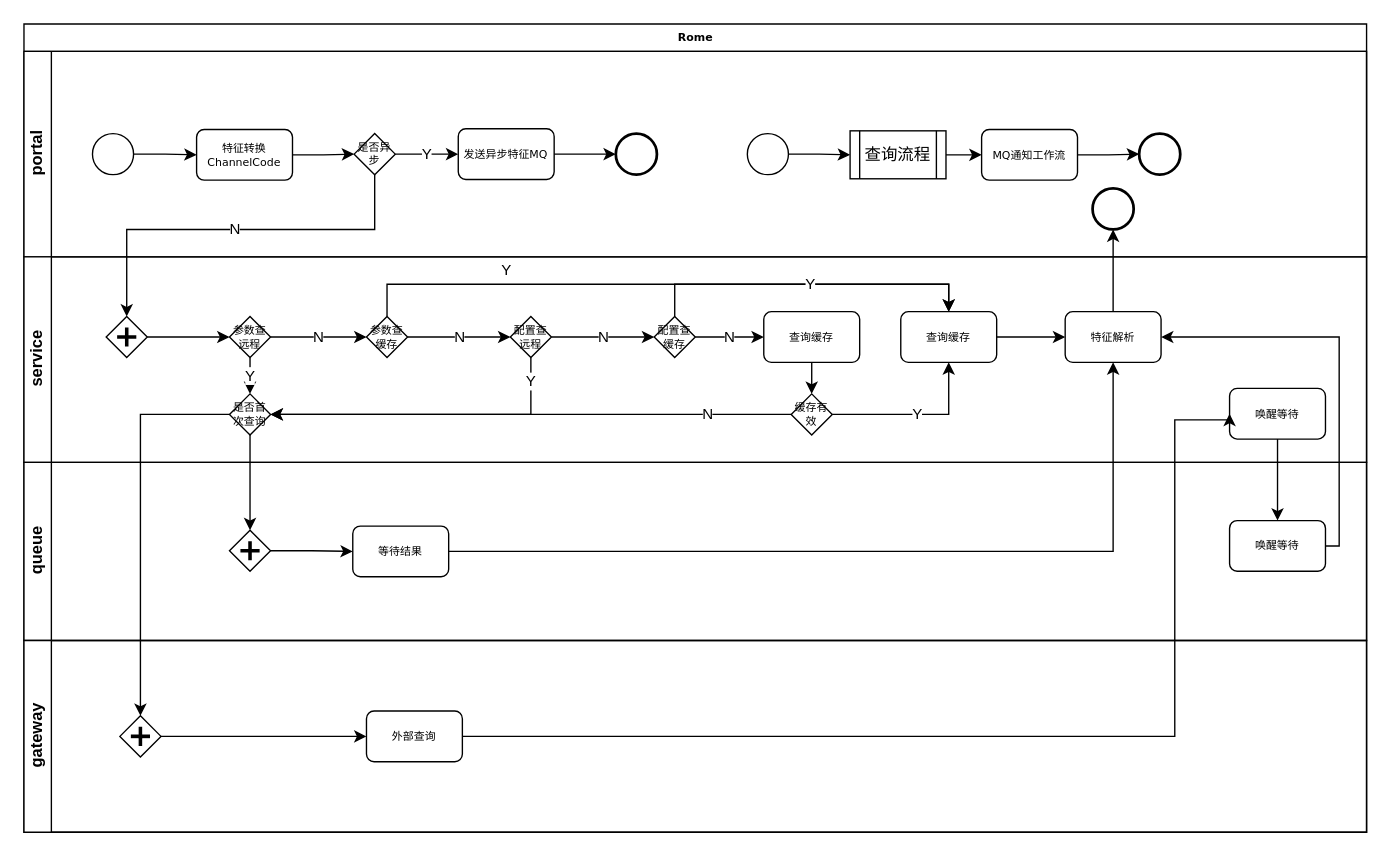
Before: xiaoju/Rome流程图.drawio in 294794668/draw, a draw.io diagram. Source tidied: cells renumbered, new cells numbered last; positions are measured from the earlier drawing's top-left corner, leaving out a move shared by most shapes. Both pictures are drawn from the tidied source at 137%, with x=0, y=0 at pixel (23, 23).
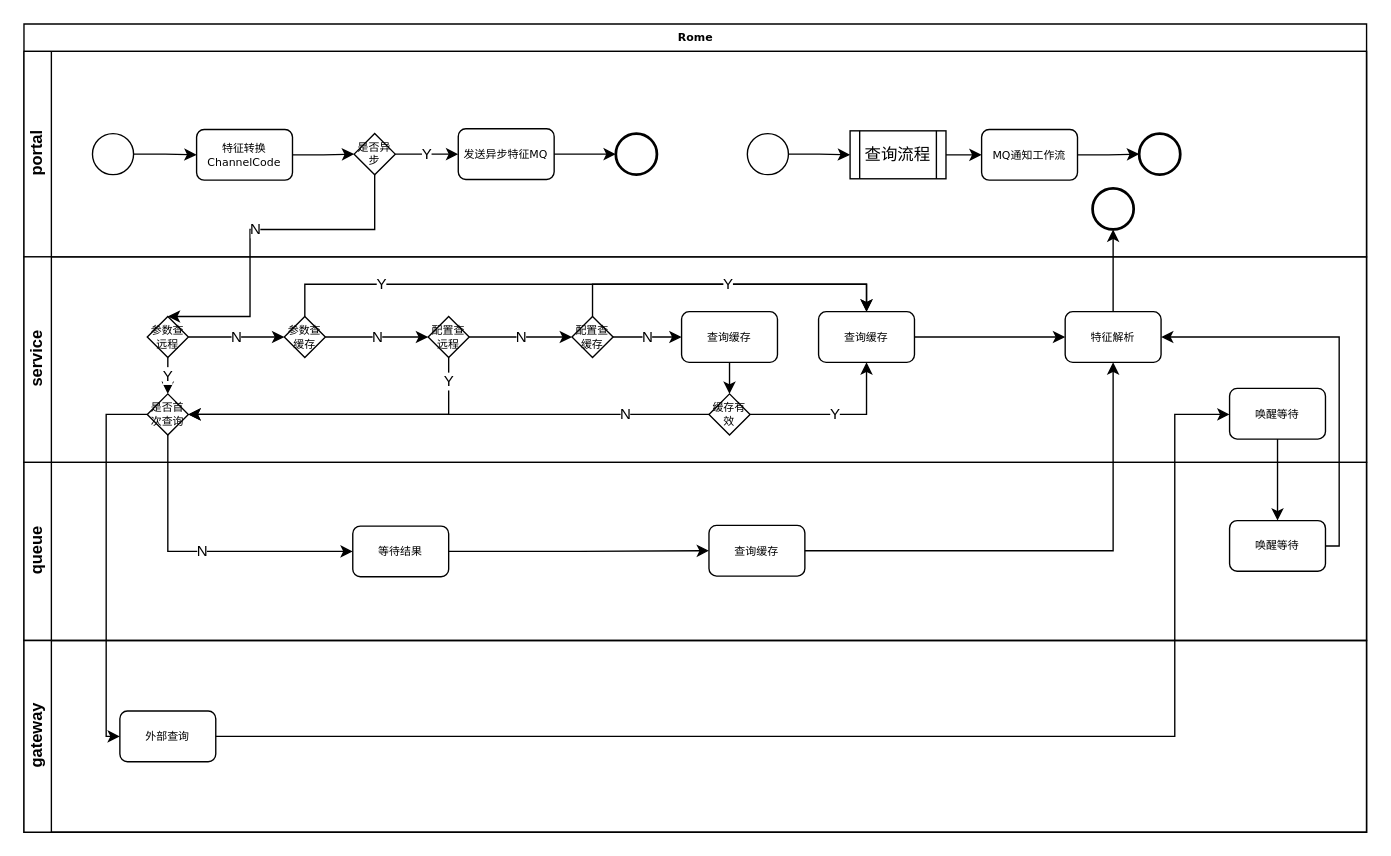
Above is the later version.

Commit message:
更新Rome流程图.drawio

The change refers to these unchanged cells:
```xml
<mxCell id="2" value="Rome" style="swimlane;html=1;horizontal=1;startSize=20;rounded=0;shadow=0;labelBackgroundColor=none;strokeWidth=1;fontFamily=Verdana;fontSize=8;align=center;" parent="1" vertex="1">
  <mxGeometry width="980" height="590" as="geometry" />
</mxCell>
<mxCell id="6" value="是否异步" style="strokeWidth=1;html=1;shape=mxgraph.flowchart.decision;whiteSpace=wrap;rounded=1;shadow=0;labelBackgroundColor=none;fontFamily=Verdana;fontSize=8;align=center;" parent="4" vertex="1">
  <mxGeometry x="241" y="60" width="30" height="30" as="geometry" />
</mxCell>
<mxCell id="22" value="service" style="swimlane;html=1;startSize=20;horizontal=0;" parent="2" vertex="1">
  <mxGeometry y="170" width="980" height="150" as="geometry" />
</mxCell>
<mxCell id="45" value="特征解析" style="rounded=1;whiteSpace=wrap;html=1;shadow=0;labelBackgroundColor=none;strokeWidth=1;fontFamily=Verdana;fontSize=8;align=center;" parent="22" vertex="1">
  <mxGeometry x="760" y="40" width="70" height="37" as="geometry" />
</mxCell>
<mxCell id="46" value="唤醒等待" style="rounded=1;whiteSpace=wrap;html=1;shadow=0;labelBackgroundColor=none;strokeWidth=1;fontFamily=Verdana;fontSize=8;align=center;" parent="22" vertex="1">
  <mxGeometry x="880" y="96" width="70" height="37" as="geometry" />
</mxCell>
<mxCell id="47" value="queue" style="swimlane;html=1;startSize=20;horizontal=0;" parent="2" vertex="1">
  <mxGeometry y="320" width="980" height="130" as="geometry" />
</mxCell>
<mxCell id="50" value="等待结果" style="rounded=1;whiteSpace=wrap;html=1;shadow=0;labelBackgroundColor=none;strokeWidth=1;fontFamily=Verdana;fontSize=8;align=center;" parent="47" vertex="1">
  <mxGeometry x="240" y="46.5" width="70" height="37" as="geometry" />
</mxCell>
<mxCell id="53" value="gateway" style="swimlane;html=1;startSize=20;horizontal=0;" parent="2" vertex="1">
  <mxGeometry y="450" width="980" height="140" as="geometry" />
</mxCell>
```

Diff of the diagram source:
```diff
@@
-    <mxCell id="23" style="edgeStyle=orthogonalEdgeStyle;rounded=0;jettySize=auto;html=1;entryX=0;entryY=0.5;entryDx=0;entryDy=0;entryPerimeter=0;" parent="22" edge="1" source="24" target="27">
-      <mxGeometry relative="1" as="geometry" />
-    </mxCell>
-    <mxCell id="24" style="shape=mxgraph.bpmn.shape;html=1;verticalLabelPosition=bottom;labelBackgroundColor=#ffffff;verticalAlign=top;perimeter=rhombusPerimeter;background=gateway;outline=none;symbol=parallelGw;rounded=1;shadow=0;strokeWidth=1;fontFamily=Verdana;fontSize=8;align=center;" parent="22" vertex="1">
-      <mxGeometry x="60" y="43.5" width="30" height="30" as="geometry" />
-    </mxCell>
@@
     <mxCell id="27" value="参数查远程" style="strokeWidth=1;html=1;shape=mxgraph.flowchart.decision;whiteSpace=wrap;rounded=1;shadow=0;labelBackgroundColor=none;fontFamily=Verdana;fontSize=8;align=center;" parent="22" vertex="1">
-      <mxGeometry x="150" y="43.5" width="30" height="30" as="geometry" />
+      <mxGeometry x="90" y="43.5" width="30" height="30" as="geometry" />
     </mxCell>
@@
     <mxCell id="29" value="Y" style="edgeStyle=orthogonalEdgeStyle;rounded=0;jettySize=auto;html=1;entryX=0.5;entryY=0;entryDx=0;entryDy=0;" parent="22" edge="1" source="30" target="44">
-      <mxGeometry x="-0.52" y="10" relative="1" as="geometry">
+      <mxGeometry x="-0.65" relative="1" as="geometry">
         <Array as="points">
-          <mxPoint x="265" y="20" />
-          <mxPoint x="675" y="20" />
+          <mxPoint x="205" y="20" />
+          <mxPoint x="615" y="20" />
         </Array>
-        <mxPoint x="1" as="offset" />
       </mxGeometry>
     </mxCell>
     <mxCell id="30" value="参数查缓存" style="strokeWidth=1;html=1;shape=mxgraph.flowchart.decision;whiteSpace=wrap;rounded=1;shadow=0;labelBackgroundColor=none;fontFamily=Verdana;fontSize=8;align=center;" parent="22" vertex="1">
-      <mxGeometry x="250" y="43.5" width="30" height="30" as="geometry" />
+      <mxGeometry x="190" y="43.5" width="30" height="30" as="geometry" />
     </mxCell>
@@
     <mxCell id="32" value="Y" style="edgeStyle=orthogonalEdgeStyle;rounded=0;jettySize=auto;html=1;entryX=1;entryY=0.5;entryDx=0;entryDy=0;entryPerimeter=0;" parent="22" edge="1" source="33" target="42">
       <mxGeometry x="-0.86" relative="1" as="geometry">
         <Array as="points">
-          <mxPoint x="370" y="115" />
+          <mxPoint x="310" y="115" />
         </Array>
         <mxPoint y="1" as="offset" />
       </mxGeometry>
     </mxCell>
     <mxCell id="33" value="配置查远程" style="strokeWidth=1;html=1;shape=mxgraph.flowchart.decision;whiteSpace=wrap;rounded=1;shadow=0;labelBackgroundColor=none;fontFamily=Verdana;fontSize=8;align=center;" parent="22" vertex="1">
-      <mxGeometry x="355" y="43.5" width="30" height="30" as="geometry" />
+      <mxGeometry x="295" y="43.5" width="30" height="30" as="geometry" />
     </mxCell>
@@
     <mxCell id="35" value="Y" style="edgeStyle=orthogonalEdgeStyle;rounded=0;jettySize=auto;html=1;entryX=0.5;entryY=0;entryDx=0;entryDy=0;" parent="22" edge="1" source="36" target="44">
       <mxGeometry relative="1" as="geometry">
         <Array as="points">
-          <mxPoint x="475" y="20" />
-          <mxPoint x="675" y="20" />
+          <mxPoint x="415" y="20" />
+          <mxPoint x="615" y="20" />
         </Array>
       </mxGeometry>
     </mxCell>
     <mxCell id="36" value="配置查缓存" style="strokeWidth=1;html=1;shape=mxgraph.flowchart.decision;whiteSpace=wrap;rounded=1;shadow=0;labelBackgroundColor=none;fontFamily=Verdana;fontSize=8;align=center;" parent="22" vertex="1">
-      <mxGeometry x="460" y="43.5" width="30" height="30" as="geometry" />
+      <mxGeometry x="400" y="43.5" width="30" height="30" as="geometry" />
     </mxCell>
@@
     <mxCell id="38" value="查询缓存" style="rounded=1;whiteSpace=wrap;html=1;shadow=0;labelBackgroundColor=none;strokeWidth=1;fontFamily=Verdana;fontSize=8;align=center;" parent="22" vertex="1">
-      <mxGeometry x="540" y="40" width="70" height="37" as="geometry" />
+      <mxGeometry x="480" y="40" width="70" height="37" as="geometry" />
     </mxCell>
@@
     <mxCell id="41" value="缓存有效" style="strokeWidth=1;html=1;shape=mxgraph.flowchart.decision;whiteSpace=wrap;rounded=1;shadow=0;labelBackgroundColor=none;fontFamily=Verdana;fontSize=8;align=center;" parent="22" vertex="1">
-      <mxGeometry x="560" y="100" width="30" height="30" as="geometry" />
+      <mxGeometry x="500" y="100" width="30" height="30" as="geometry" />
     </mxCell>
     <mxCell id="42" value="是否首次查询" style="strokeWidth=1;html=1;shape=mxgraph.flowchart.decision;whiteSpace=wrap;rounded=1;shadow=0;labelBackgroundColor=none;fontFamily=Verdana;fontSize=8;align=center;" parent="22" vertex="1">
-      <mxGeometry x="150" y="100" width="30" height="30" as="geometry" />
+      <mxGeometry x="90" y="100" width="30" height="30" as="geometry" />
     </mxCell>
@@
     <mxCell id="44" value="查询缓存" style="rounded=1;whiteSpace=wrap;html=1;shadow=0;labelBackgroundColor=none;strokeWidth=1;fontFamily=Verdana;fontSize=8;align=center;" parent="22" vertex="1">
-      <mxGeometry x="640" y="40" width="70" height="37" as="geometry" />
+      <mxGeometry x="580" y="40" width="70" height="37" as="geometry" />
     </mxCell>
@@
-    <mxCell id="48" style="edgeStyle=orthogonalEdgeStyle;rounded=0;jettySize=auto;html=1;entryX=0;entryY=0.5;entryDx=0;entryDy=0;" parent="47" edge="1" source="49" target="50">
-      <mxGeometry relative="1" as="geometry" />
-    </mxCell>
-    <mxCell id="49" style="shape=mxgraph.bpmn.shape;html=1;verticalLabelPosition=bottom;labelBackgroundColor=#ffffff;verticalAlign=top;perimeter=rhombusPerimeter;background=gateway;outline=none;symbol=parallelGw;rounded=1;shadow=0;strokeWidth=1;fontFamily=Verdana;fontSize=8;align=center;" parent="47" vertex="1">
-      <mxGeometry x="150" y="49.5" width="30" height="30" as="geometry" />
-    </mxCell>
+    <mxCell id="63" style="edgeStyle=orthogonalEdgeStyle;rounded=0;jettySize=auto;html=1;entryX=0;entryY=0.5;entryDx=0;entryDy=0;" parent="47" edge="1" source="50" target="64">
+      <mxGeometry relative="1" as="geometry" />
+    </mxCell>
@@
+    <mxCell id="64" value="查询缓存" style="rounded=1;whiteSpace=wrap;html=1;shadow=0;labelBackgroundColor=none;strokeWidth=1;fontFamily=Verdana;fontSize=8;align=center;" parent="47" vertex="1">
+      <mxGeometry x="500" y="46" width="70" height="37" as="geometry" />
+    </mxCell>
@@
     <mxCell id="54" value="外部查询" style="rounded=1;whiteSpace=wrap;html=1;shadow=0;labelBackgroundColor=none;strokeWidth=1;fontFamily=Verdana;fontSize=8;align=center;" parent="53" vertex="1">
-      <mxGeometry x="250" y="51.5" width="70" height="37" as="geometry" />
+      <mxGeometry x="70" y="51.5" width="70" height="37" as="geometry" />
     </mxCell>
-    <mxCell id="55" style="edgeStyle=orthogonalEdgeStyle;rounded=0;jettySize=auto;html=1;" parent="53" edge="1" source="56" target="54">
-      <mxGeometry relative="1" as="geometry" />
-    </mxCell>
-    <mxCell id="56" style="shape=mxgraph.bpmn.shape;html=1;verticalLabelPosition=bottom;labelBackgroundColor=#ffffff;verticalAlign=top;perimeter=rhombusPerimeter;background=gateway;outline=none;symbol=parallelGw;rounded=1;shadow=0;strokeWidth=1;fontFamily=Verdana;fontSize=8;align=center;" parent="53" vertex="1">
-      <mxGeometry x="70" y="55" width="30" height="30" as="geometry" />
-    </mxCell>
-    <mxCell id="57" style="edgeStyle=orthogonalEdgeStyle;rounded=0;jettySize=auto;html=1;entryX=0.5;entryY=0;entryDx=0;entryDy=0;" parent="2" edge="1" source="42" target="56">
+    <mxCell id="57" style="edgeStyle=orthogonalEdgeStyle;rounded=0;jettySize=auto;html=1;entryX=0;entryY=0.5;entryDx=0;entryDy=0;" parent="2" edge="1" source="42" target="54">
       <mxGeometry relative="1" as="geometry">
         <Array as="points">
-          <mxPoint x="85" y="285" />
+          <mxPoint x="60" y="285" />
+          <mxPoint x="60" y="520" />
         </Array>
       </mxGeometry>
     </mxCell>
-    <mxCell id="58" style="edgeStyle=orthogonalEdgeStyle;rounded=0;jettySize=auto;html=1;entryX=0.5;entryY=0;entryDx=0;entryDy=0;" parent="2" edge="1" source="42" target="49">
-      <mxGeometry relative="1" as="geometry" />
+    <mxCell id="58" value="N" style="edgeStyle=orthogonalEdgeStyle;rounded=0;jettySize=auto;html=1;" parent="2" edge="1" source="42" target="50">
+      <mxGeometry relative="1" as="geometry">
+        <Array as="points">
+          <mxPoint x="105" y="385" />
+        </Array>
+      </mxGeometry>
     </mxCell>
@@
-    <mxCell id="60" style="edgeStyle=orthogonalEdgeStyle;rounded=0;jettySize=auto;html=1;entryX=0;entryY=0.5;entryDx=0;entryDy=0;" parent="2" edge="1" source="54" target="46">
+    <mxCell id="60" style="edgeStyle=orthogonalEdgeStyle;rounded=0;jettySize=auto;html=1;" parent="2" edge="1" source="54" target="46">
       <mxGeometry relative="1" as="geometry">
         <Array as="points">
           <mxPoint x="840" y="520" />
-          <mxPoint x="840" y="289" />
-          <mxPoint x="880" y="289" />
+          <mxPoint x="840" y="285" />
         </Array>
       </mxGeometry>
     </mxCell>
-    <mxCell id="61" value="N" style="edgeStyle=orthogonalEdgeStyle;rounded=0;jettySize=auto;html=1;entryX=0.5;entryY=0;entryDx=0;entryDy=0;" parent="2" edge="1" source="6" target="24">
+    <mxCell id="61" value="N" style="edgeStyle=orthogonalEdgeStyle;rounded=0;jettySize=auto;html=1;entryX=0.5;entryY=0;entryDx=0;entryDy=0;entryPerimeter=0;" parent="2" edge="1" source="6" target="27">
       <mxGeometry relative="1" as="geometry">
         <Array as="points">
           <mxPoint x="256" y="150" />
-          <mxPoint x="75" y="150" />
+          <mxPoint x="165" y="150" />
         </Array>
       </mxGeometry>
     </mxCell>
-    <mxCell id="62" style="edgeStyle=orthogonalEdgeStyle;rounded=0;jettySize=auto;html=1;entryX=0.5;entryY=1;entryDx=0;entryDy=0;" parent="2" edge="1" source="50" target="45">
+    <mxCell id="62" style="edgeStyle=orthogonalEdgeStyle;rounded=0;jettySize=auto;html=1;entryX=0.5;entryY=1;entryDx=0;entryDy=0;exitX=1;exitY=0.5;exitDx=0;exitDy=0;" parent="2" edge="1" source="64" target="45">
       <mxGeometry relative="1" as="geometry" />
     </mxCell>
```
